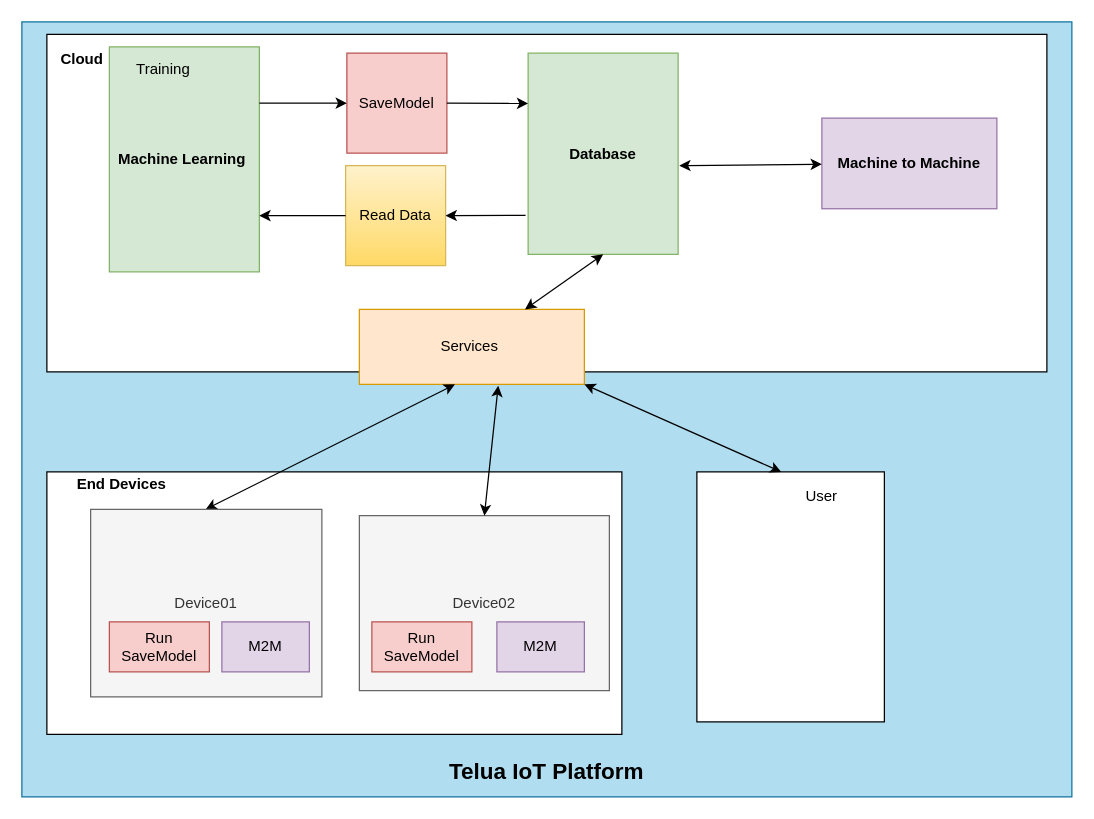
The draw.io diagram machine_learning/machineLearning.drawio in letrthong/uhes_visual_programing_iot, before the edit. Source tidied: cells renumbered, new cells numbered last; positions are measured from the earlier drawing's top-left corner, leaving out a move shared by most shapes. Both pictures are drawn from the tidied source at 125%, with x=0, y=0 at pixel (21, 21).
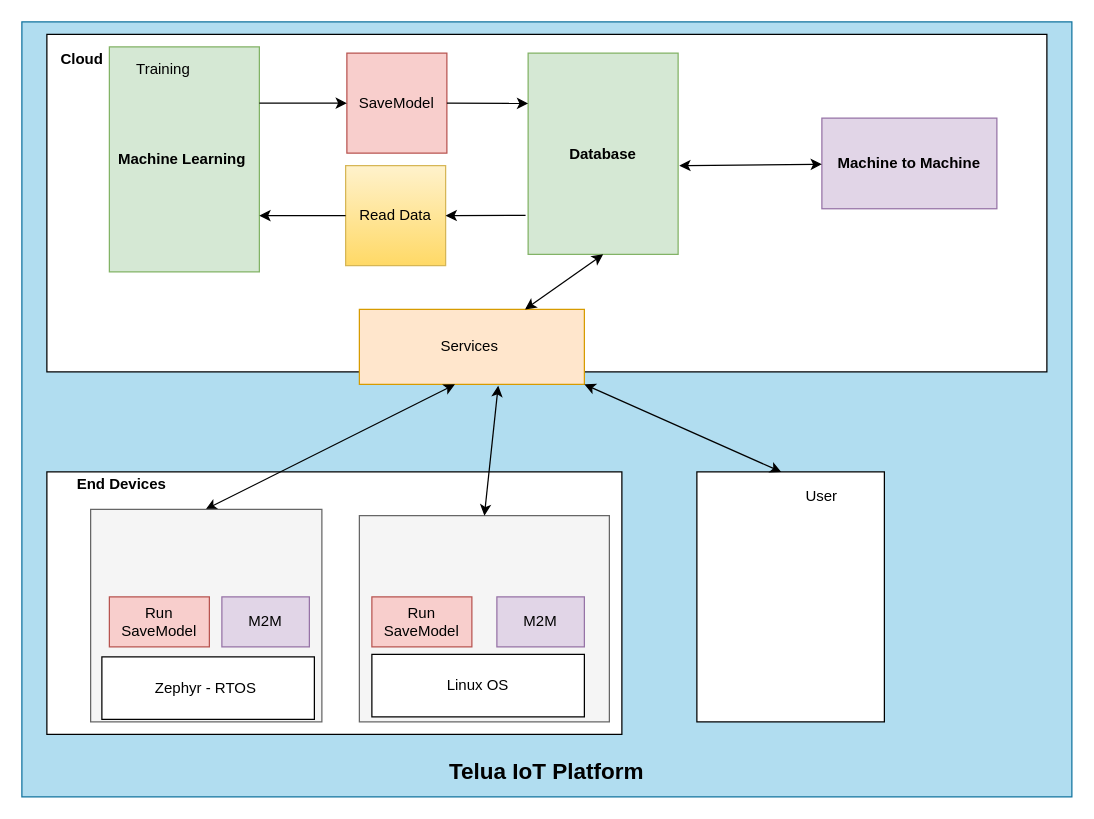
Above is the later version.

What changed in the source:
```diff
@@
-    <mxCell id="13" value="Device01" style="rounded=0;whiteSpace=wrap;html=1;fillColor=#f5f5f5;strokeColor=#666666;fontColor=#333333;" parent="1" vertex="1">
-      <mxGeometry x="55" y="390" width="185" height="150" as="geometry" />
+    <mxCell id="13" style="rounded=0;whiteSpace=wrap;html=1;fillColor=#f5f5f5;strokeColor=#666666;fontColor=#333333;" parent="1" vertex="1">
+      <mxGeometry x="55" y="390" width="185" height="170" as="geometry" />
     </mxCell>
-    <mxCell id="14" value="Device02" style="rounded=0;whiteSpace=wrap;html=1;fillColor=#f5f5f5;strokeColor=#666666;fontColor=#333333;" parent="1" vertex="1">
-      <mxGeometry x="270" y="395" width="200" height="140" as="geometry" />
+    <mxCell id="14" style="rounded=0;whiteSpace=wrap;html=1;fillColor=#f5f5f5;strokeColor=#666666;fontColor=#333333;" parent="1" vertex="1">
+      <mxGeometry x="270" y="395" width="200" height="165" as="geometry" />
     </mxCell>
@@
     <mxCell id="23" value="Run SaveModel" style="rounded=0;whiteSpace=wrap;html=1;fillColor=#f8cecc;strokeColor=#b85450;" parent="1" vertex="1">
-      <mxGeometry x="70" y="480" width="80" height="40" as="geometry" />
+      <mxGeometry x="70" y="460" width="80" height="40" as="geometry" />
     </mxCell>
     <mxCell id="24" value="Run SaveModel" style="rounded=0;whiteSpace=wrap;html=1;fillColor=#f8cecc;strokeColor=#b85450;" parent="1" vertex="1">
-      <mxGeometry x="280" y="480" width="80" height="40" as="geometry" />
+      <mxGeometry x="280" y="460" width="80" height="40" as="geometry" />
     </mxCell>
@@
     <mxCell id="27" value="M2M" style="rounded=0;whiteSpace=wrap;html=1;fillColor=#e1d5e7;strokeColor=#9673a6;" parent="1" vertex="1">
-      <mxGeometry x="160" y="480" width="70" height="40" as="geometry" />
+      <mxGeometry x="160" y="460" width="70" height="40" as="geometry" />
     </mxCell>
     <mxCell id="28" value="M2M" style="rounded=0;whiteSpace=wrap;html=1;fillColor=#e1d5e7;strokeColor=#9673a6;" parent="1" vertex="1">
-      <mxGeometry x="380" y="480" width="70" height="40" as="geometry" />
+      <mxGeometry x="380" y="460" width="70" height="40" as="geometry" />
     </mxCell>
@@
+    <mxCell id="32" value="Zephyr - RTOS&amp;nbsp;" style="rounded=0;whiteSpace=wrap;html=1;" parent="1" vertex="1">
+      <mxGeometry x="64" y="508" width="170" height="50" as="geometry" />
+    </mxCell>
+    <mxCell id="33" value="Linux OS" style="rounded=0;whiteSpace=wrap;html=1;" parent="1" vertex="1">
+      <mxGeometry x="280" y="506" width="170" height="50" as="geometry" />
+    </mxCell>
```
